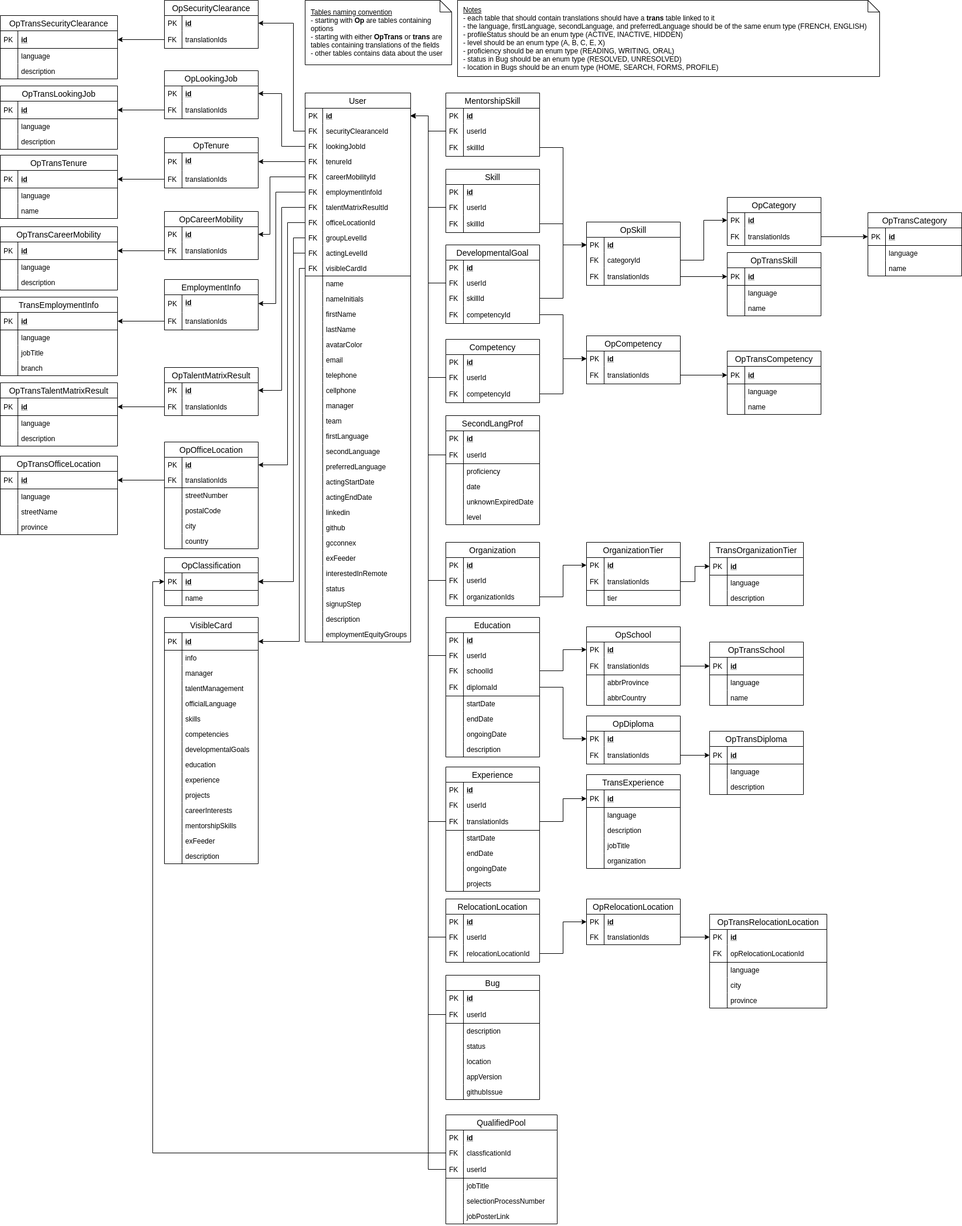
Above: services/backend/src/docs/I-Talent database-v3 Relational Diagram.png in CDH-Studio/I-Talent (draw.io), before the change. Source tidied: cells renumbered, new cells last; positions are measured from the earlier drawing's top-left corner, leaving out a move shared by most shapes.
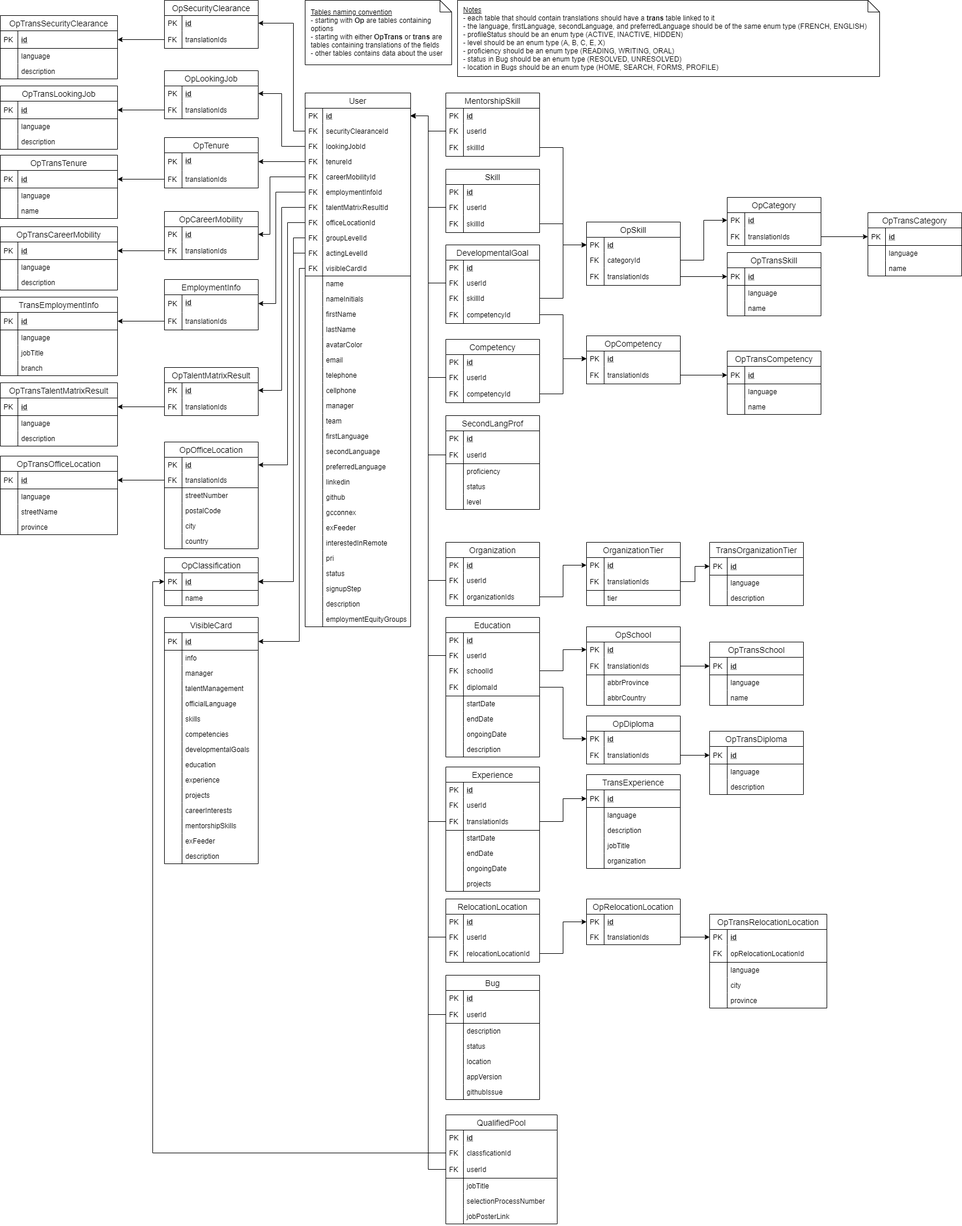
After the change.

Commit message:
update database diagram

Diff of the diagram source:
```diff
@@ -160,7 +160,7 @@
       <mxGeometry relative="1" as="geometry" />
     </mxCell>
     <mxCell id="41" value="User" style="swimlane;fontStyle=0;horizontal=1;startSize=26;align=center;fontSize=14;" parent="1" vertex="1">
-      <mxGeometry x="520" y="158" width="180" height="936" as="geometry" />
+      <mxGeometry x="520" y="158" width="180" height="910" as="geometry" />
     </mxCell>
     <mxCell id="42" value="id" style="shape=partialRectangle;top=0;left=0;right=0;bottom=0;align=left;verticalAlign=top;fillColor=none;spacingLeft=34;spacingRight=4;overflow=hidden;points=[[0,0.5],[1,0.5]];portConstraint=eastwest;fontSize=12;fontStyle=5;" parent="41" vertex="1">
       <mxGeometry y="26" width="180" height="26" as="geometry" />
@@ -306,68 +306,62 @@
     <mxCell id="89" style="shape=partialRectangle;top=0;left=0;bottom=0;fillColor=none;align=left;verticalAlign=top;spacingLeft=4;spacingRight=4;overflow=hidden;fontSize=12;" parent="88" vertex="1">
       <mxGeometry width="30" height="26" as="geometry" />
     </mxCell>
-    <mxCell id="90" value="actingStartDate" style="shape=partialRectangle;top=0;left=0;right=0;bottom=0;align=left;verticalAlign=top;fillColor=none;spacingLeft=34;spacingRight=4;overflow=hidden;fontSize=12;" parent="41" vertex="1">
-      <mxGeometry y="650" width="180" height="26" as="geometry" />
-    </mxCell>
-    <mxCell id="91" style="shape=partialRectangle;top=0;left=0;bottom=0;fillColor=none;align=left;verticalAlign=top;spacingLeft=4;spacingRight=4;overflow=hidden;fontSize=12;" parent="90" vertex="1">
-      <mxGeometry width="30" height="26" as="geometry" />
-    </mxCell>
-    <mxCell id="92" value="actingEndDate&#10;" style="shape=partialRectangle;top=0;left=0;right=0;bottom=0;align=left;verticalAlign=top;fillColor=none;spacingLeft=34;spacingRight=4;overflow=hidden;fontSize=12;" parent="41" vertex="1">
-      <mxGeometry y="676" width="180" height="26" as="geometry" />
-    </mxCell>
-    <mxCell id="93" style="shape=partialRectangle;top=0;left=0;bottom=0;fillColor=none;align=left;verticalAlign=top;spacingLeft=4;spacingRight=4;overflow=hidden;fontSize=12;" parent="92" vertex="1">
-      <mxGeometry width="30" height="26" as="geometry" />
-    </mxCell>
     <mxCell id="94" value="linkedin" style="shape=partialRectangle;top=0;left=0;right=0;bottom=0;align=left;verticalAlign=top;fillColor=none;spacingLeft=34;spacingRight=4;overflow=hidden;fontSize=12;" parent="41" vertex="1">
-      <mxGeometry y="702" width="180" height="26" as="geometry" />
+      <mxGeometry y="650" width="180" height="26" as="geometry" />
     </mxCell>
     <mxCell id="95" style="shape=partialRectangle;top=0;left=0;bottom=0;fillColor=none;align=left;verticalAlign=top;spacingLeft=4;spacingRight=4;overflow=hidden;fontSize=12;" parent="94" vertex="1">
       <mxGeometry width="30" height="26" as="geometry" />
     </mxCell>
     <mxCell id="96" value="github" style="shape=partialRectangle;top=0;left=0;right=0;bottom=0;align=left;verticalAlign=top;fillColor=none;spacingLeft=34;spacingRight=4;overflow=hidden;fontSize=12;" parent="41" vertex="1">
-      <mxGeometry y="728" width="180" height="26" as="geometry" />
+      <mxGeometry y="676" width="180" height="26" as="geometry" />
     </mxCell>
     <mxCell id="97" style="shape=partialRectangle;top=0;left=0;bottom=0;fillColor=none;align=left;verticalAlign=top;spacingLeft=4;spacingRight=4;overflow=hidden;fontSize=12;" parent="96" vertex="1">
       <mxGeometry width="30" height="26" as="geometry" />
     </mxCell>
     <mxCell id="98" value="gcconnex" style="shape=partialRectangle;top=0;left=0;right=0;bottom=0;align=left;verticalAlign=top;fillColor=none;spacingLeft=34;spacingRight=4;overflow=hidden;fontSize=12;" parent="41" vertex="1">
-      <mxGeometry y="754" width="180" height="26" as="geometry" />
+      <mxGeometry y="702" width="180" height="26" as="geometry" />
     </mxCell>
     <mxCell id="99" style="shape=partialRectangle;top=0;left=0;bottom=0;fillColor=none;align=left;verticalAlign=top;spacingLeft=4;spacingRight=4;overflow=hidden;fontSize=12;" parent="98" vertex="1">
       <mxGeometry width="30" height="26" as="geometry" />
     </mxCell>
     <mxCell id="100" value="exFeeder" style="shape=partialRectangle;top=0;left=0;right=0;bottom=0;align=left;verticalAlign=top;fillColor=none;spacingLeft=34;spacingRight=4;overflow=hidden;fontSize=12;" parent="41" vertex="1">
-      <mxGeometry y="780" width="180" height="26" as="geometry" />
+      <mxGeometry y="728" width="180" height="26" as="geometry" />
     </mxCell>
     <mxCell id="101" style="shape=partialRectangle;top=0;left=0;bottom=0;fillColor=none;align=left;verticalAlign=top;spacingLeft=4;spacingRight=4;overflow=hidden;fontSize=12;" parent="100" vertex="1">
       <mxGeometry width="30" height="26" as="geometry" />
     </mxCell>
     <mxCell id="102" value="interestedInRemote" style="shape=partialRectangle;top=0;left=0;right=0;bottom=0;align=left;verticalAlign=top;fillColor=none;spacingLeft=34;spacingRight=4;overflow=hidden;fontSize=12;" parent="41" vertex="1">
-      <mxGeometry y="806" width="180" height="26" as="geometry" />
+      <mxGeometry y="754" width="180" height="26" as="geometry" />
     </mxCell>
     <mxCell id="103" style="shape=partialRectangle;top=0;left=0;bottom=0;fillColor=none;align=left;verticalAlign=top;spacingLeft=4;spacingRight=4;overflow=hidden;fontSize=12;" parent="102" vertex="1">
       <mxGeometry width="30" height="26" as="geometry" />
     </mxCell>
+    <mxCell id="478" value="pri" style="shape=partialRectangle;top=0;left=0;right=0;bottom=0;align=left;verticalAlign=top;fillColor=none;spacingLeft=34;spacingRight=4;overflow=hidden;fontSize=12;" parent="41" vertex="1">
+      <mxGeometry y="780" width="180" height="26" as="geometry" />
+    </mxCell>
+    <mxCell id="479" style="shape=partialRectangle;top=0;left=0;bottom=0;fillColor=none;align=left;verticalAlign=top;spacingLeft=4;spacingRight=4;overflow=hidden;fontSize=12;" parent="478" vertex="1">
+      <mxGeometry width="30" height="26" as="geometry" />
+    </mxCell>
     <mxCell id="104" value="status" style="shape=partialRectangle;top=0;left=0;right=0;bottom=0;align=left;verticalAlign=top;fillColor=none;spacingLeft=34;spacingRight=4;overflow=hidden;fontSize=12;" parent="41" vertex="1">
-      <mxGeometry y="832" width="180" height="26" as="geometry" />
+      <mxGeometry y="806" width="180" height="26" as="geometry" />
     </mxCell>
     <mxCell id="105" style="shape=partialRectangle;top=0;left=0;bottom=0;fillColor=none;align=left;verticalAlign=top;spacingLeft=4;spacingRight=4;overflow=hidden;fontSize=12;" parent="104" vertex="1">
       <mxGeometry width="30" height="26" as="geometry" />
     </mxCell>
     <mxCell id="106" value="signupStep" style="shape=partialRectangle;top=0;left=0;right=0;bottom=0;align=left;verticalAlign=top;fillColor=none;spacingLeft=34;spacingRight=4;overflow=hidden;fontSize=12;" parent="41" vertex="1">
-      <mxGeometry y="858" width="180" height="26" as="geometry" />
+      <mxGeometry y="832" width="180" height="26" as="geometry" />
     </mxCell>
     <mxCell id="107" style="shape=partialRectangle;top=0;left=0;bottom=0;fillColor=none;align=left;verticalAlign=top;spacingLeft=4;spacingRight=4;overflow=hidden;fontSize=12;" parent="106" vertex="1">
       <mxGeometry width="30" height="26" as="geometry" />
     </mxCell>
     <mxCell id="108" value="description" style="shape=partialRectangle;top=0;left=0;right=0;bottom=0;align=left;verticalAlign=top;fillColor=none;spacingLeft=34;spacingRight=4;overflow=hidden;fontSize=12;" parent="41" vertex="1">
-      <mxGeometry y="884" width="180" height="26" as="geometry" />
+      <mxGeometry y="858" width="180" height="26" as="geometry" />
     </mxCell>
     <mxCell id="109" style="shape=partialRectangle;top=0;left=0;bottom=0;fillColor=none;align=left;verticalAlign=top;spacingLeft=4;spacingRight=4;overflow=hidden;fontSize=12;" parent="108" vertex="1">
       <mxGeometry width="30" height="26" as="geometry" />
     </mxCell>
     <mxCell id="110" value="employmentEquityGroups" style="shape=partialRectangle;top=0;left=0;right=0;bottom=0;align=left;verticalAlign=top;fillColor=none;spacingLeft=34;spacingRight=4;overflow=hidden;fontSize=12;" parent="41" vertex="1">
-      <mxGeometry y="910" width="180" height="26" as="geometry" />
+      <mxGeometry y="884" width="180" height="26" as="geometry" />
     </mxCell>
     <mxCell id="111" style="shape=partialRectangle;top=0;left=0;bottom=0;fillColor=none;align=left;verticalAlign=top;spacingLeft=4;spacingRight=4;overflow=hidden;fontSize=12;" parent="110" vertex="1">
       <mxGeometry width="30" height="26" as="geometry" />
@@ -463,7 +457,7 @@
       <mxGeometry width="30" height="30" as="geometry" />
     </mxCell>
     <mxCell id="142" value="SecondLangProf" style="swimlane;fontStyle=0;horizontal=1;startSize=26;align=center;fontSize=14;" parent="1" vertex="1">
-      <mxGeometry x="760" y="708" width="160" height="186" as="geometry" />
+      <mxGeometry x="760" y="708" width="160" height="160" as="geometry" />
     </mxCell>
     <mxCell id="143" value="id" style="shape=partialRectangle;top=0;left=0;right=0;bottom=0;align=left;verticalAlign=top;fillColor=none;spacingLeft=34;spacingRight=4;overflow=hidden;fontSize=12;fontStyle=5;" parent="142" vertex="1">
       <mxGeometry y="26" width="160" height="26" as="geometry" />
@@ -483,20 +477,14 @@
     <mxCell id="148" style="shape=partialRectangle;top=0;left=0;bottom=0;fillColor=none;align=left;verticalAlign=top;spacingLeft=4;spacingRight=4;overflow=hidden;fontSize=12;" parent="147" vertex="1">
       <mxGeometry width="30" height="26" as="geometry" />
     </mxCell>
-    <mxCell id="149" value="date" style="shape=partialRectangle;top=0;left=0;right=0;bottom=0;align=left;verticalAlign=top;fillColor=none;spacingLeft=34;spacingRight=4;overflow=hidden;fontSize=12;" parent="142" vertex="1">
-      <mxGeometry y="108" width="160" height="26" as="geometry" />
-    </mxCell>
-    <mxCell id="150" style="shape=partialRectangle;top=0;left=0;bottom=0;fillColor=none;align=left;verticalAlign=top;spacingLeft=4;spacingRight=4;overflow=hidden;fontSize=12;" parent="149" vertex="1">
-      <mxGeometry width="30" height="26" as="geometry" />
-    </mxCell>
-    <mxCell id="151" value="unknownExpiredDate" style="shape=partialRectangle;top=0;left=0;right=0;bottom=0;align=left;verticalAlign=top;fillColor=none;spacingLeft=34;spacingRight=4;overflow=hidden;fontSize=12;" parent="142" vertex="1">
-      <mxGeometry y="134" width="160" height="26" as="geometry" />
+    <mxCell id="151" value="status" style="shape=partialRectangle;top=0;left=0;right=0;bottom=0;align=left;verticalAlign=top;fillColor=none;spacingLeft=34;spacingRight=4;overflow=hidden;fontSize=12;" parent="142" vertex="1">
+      <mxGeometry y="108" width="160" height="26" as="geometry" />
     </mxCell>
     <mxCell id="152" style="shape=partialRectangle;top=0;left=0;bottom=0;fillColor=none;align=left;verticalAlign=top;spacingLeft=4;spacingRight=4;overflow=hidden;fontSize=12;" parent="151" vertex="1">
       <mxGeometry width="30" height="26" as="geometry" />
     </mxCell>
     <mxCell id="153" value="level" style="shape=partialRectangle;top=0;left=0;right=0;bottom=0;align=left;verticalAlign=top;fillColor=none;spacingLeft=34;spacingRight=4;overflow=hidden;fontSize=12;" parent="142" vertex="1">
-      <mxGeometry y="160" width="160" height="26" as="geometry" />
+      <mxGeometry y="134" width="160" height="26" as="geometry" />
     </mxCell>
     <mxCell id="154" style="shape=partialRectangle;top=0;left=0;bottom=0;fillColor=none;align=left;verticalAlign=top;spacingLeft=4;spacingRight=4;overflow=hidden;fontSize=12;" parent="153" vertex="1">
       <mxGeometry width="30" height="26" as="geometry" />
```
